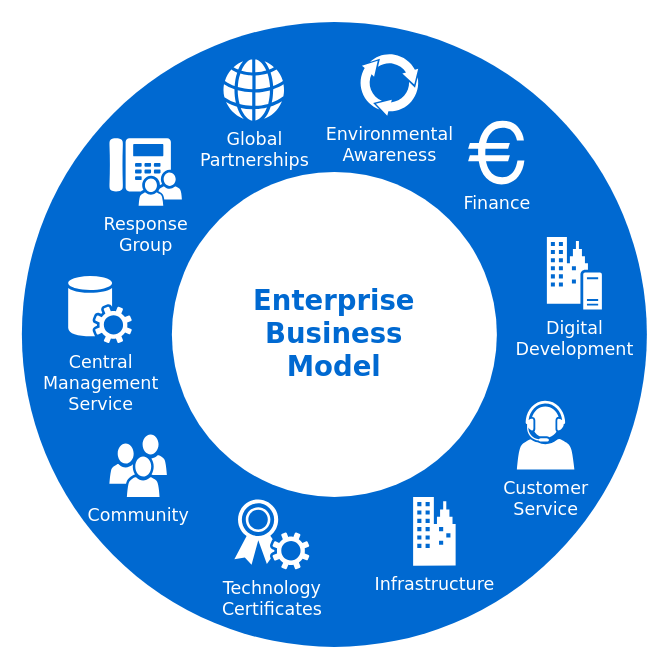
Above: Untitled Diagram.drawio in JennieZhu/TestHelloWorld (draw.io), before the change. Source tidied: cells renumbered, new cells numbered last; positions are measured from the earlier drawing's top-left corner, leaving out a move shared by most shapes. Both pictures are drawn from the tidied source at 125%, with x=0, y=0 at pixel (21, 21).
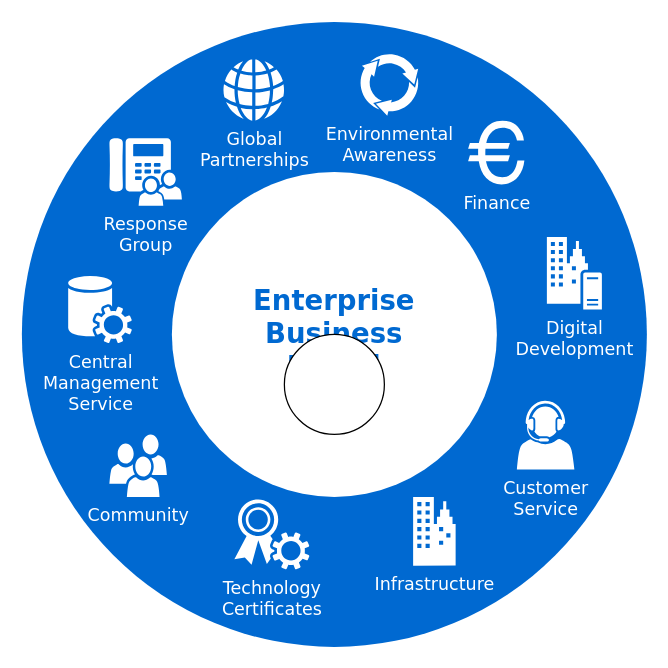
The same diagram, later.

The edit, as a diff of the source:
```diff
@@
 <mxGraphModel background="#ffffff">
   <root>
     <mxCell id="0" />
     <mxCell id="1" parent="0" />
     <mxCell id="2" style="ellipse;whiteSpace=wrap;html=1;rounded=0;shadow=0;comic=0;strokeWidth=1;fontFamily=Verdana;fontSize=14;strokeColor=none;fillColor=#0069D1;" parent="1" vertex="1">
       <mxGeometry width="500" height="500" as="geometry" />
     </mxCell>
     <mxCell id="3" value="Enterprise&lt;div&gt;Business&lt;/div&gt;&lt;div&gt;Model&lt;/div&gt;" style="ellipse;whiteSpace=wrap;html=1;rounded=0;shadow=0;comic=0;strokeWidth=1;fontFamily=Verdana;fontSize=22;strokeColor=none;fillColor=#ffffff;fontColor=#0069D1;fontStyle=1;" parent="1" vertex="1">
       <mxGeometry x="120" y="120" width="260" height="260" as="geometry" />
     </mxCell>
     <mxCell id="4" value="Community" style="shadow=0;dashed=0;html=1;strokeColor=none;fillColor=#ffffff;labelPosition=center;verticalLabelPosition=bottom;verticalAlign=top;shape=mxgraph.office.users.users;rounded=0;comic=0;fontFamily=Verdana;fontSize=14;fontColor=#FFFFFF;" parent="1" vertex="1">
       <mxGeometry x="70" y="330" width="46" height="50" as="geometry" />
     </mxCell>
     <mxCell id="5" value="Customer&lt;div&gt;Service&lt;/div&gt;" style="shadow=0;dashed=0;html=1;strokeColor=none;fillColor=#ffffff;labelPosition=center;verticalLabelPosition=bottom;verticalAlign=top;shape=mxgraph.office.users.call_center_agent;rounded=0;comic=0;fontFamily=Verdana;fontSize=14;fontColor=#FFFFFF;" parent="1" vertex="1">
       <mxGeometry x="396" y="303" width="46" height="55" as="geometry" />
     </mxCell>
     <mxCell id="6" value="Response&lt;div&gt;Group&lt;/div&gt;" style="shadow=0;dashed=0;html=1;strokeColor=none;fillColor=#ffffff;labelPosition=center;verticalLabelPosition=bottom;verticalAlign=top;shape=mxgraph.office.users.response_group;rounded=0;comic=0;fontFamily=Verdana;fontSize=14;fontColor=#FFFFFF;" parent="1" vertex="1">
       <mxGeometry x="70" y="93" width="58" height="54" as="geometry" />
     </mxCell>
     <mxCell id="7" value="Central&lt;div&gt;Management&lt;/div&gt;&lt;div&gt;Service&lt;/div&gt;" style="shadow=0;dashed=0;html=1;strokeColor=none;fillColor=#ffffff;labelPosition=center;verticalLabelPosition=bottom;verticalAlign=top;shape=mxgraph.office.services.central_management_service;rounded=0;comic=0;fontFamily=Verdana;fontSize=14;fontColor=#FFFFFF;" parent="1" vertex="1">
       <mxGeometry x="37" y="203" width="51" height="54" as="geometry" />
     </mxCell>
     <mxCell id="8" value="Digital&lt;div&gt;Development&lt;/div&gt;" style="shadow=0;dashed=0;html=1;strokeColor=none;fillColor=#ffffff;labelPosition=center;verticalLabelPosition=bottom;verticalAlign=top;shape=mxgraph.office.servers.on_premises_server;rounded=0;comic=0;fontFamily=Verdana;fontSize=14;fontColor=#FFFFFF;" parent="1" vertex="1">
       <mxGeometry x="420" y="172" width="44" height="58" as="geometry" />
     </mxCell>
     <mxCell id="9" value="Technology&lt;div&gt;Certificates&lt;/div&gt;" style="shadow=0;dashed=0;html=1;strokeColor=none;fillColor=#ffffff;labelPosition=center;verticalLabelPosition=bottom;verticalAlign=top;shape=mxgraph.office.security.token_service;rounded=0;comic=0;fontFamily=Verdana;fontSize=14;fontColor=#FFFFFF;" parent="1" vertex="1">
       <mxGeometry x="170" y="382" width="60" height="56" as="geometry" />
     </mxCell>
     <mxCell id="10" value="Infrastructure" style="shadow=0;dashed=0;html=1;strokeColor=none;fillColor=#ffffff;labelPosition=center;verticalLabelPosition=bottom;verticalAlign=top;shape=mxgraph.office.concepts.on_premises;rounded=0;comic=0;fontFamily=Verdana;fontSize=14;fontColor=#FFFFFF;" parent="1" vertex="1">
       <mxGeometry x="313" y="380" width="34" height="55" as="geometry" />
     </mxCell>
     <mxCell id="11" value="Global&lt;div&gt;Partnerships&lt;/div&gt;" style="shadow=0;dashed=0;html=1;strokeColor=none;fillColor=#ffffff;labelPosition=center;verticalLabelPosition=bottom;verticalAlign=top;shape=mxgraph.office.concepts.globe_internet;rounded=0;comic=0;fontFamily=Verdana;fontSize=14;fontColor=#FFFFFF;" parent="1" vertex="1">
       <mxGeometry x="161" y="30" width="49" height="49" as="geometry" />
     </mxCell>
     <mxCell id="12" value="Environmental&lt;div&gt;Awareness&lt;/div&gt;" style="shadow=0;dashed=0;html=1;strokeColor=none;shape=mxgraph.mscae.general.continuous_cycle;fillColor=#ffffff;rounded=0;comic=0;fontFamily=Verdana;fontSize=14;fontColor=#FFFFFF;verticalAlign=top;labelPosition=center;verticalLabelPosition=bottom;align=center;" parent="1" vertex="1">
       <mxGeometry x="270" y="25" width="48" height="50" as="geometry" />
     </mxCell>
     <mxCell id="13" value="Finance" style="shape=mxgraph.signs.travel.euro;html=1;fillColor=#ffffff;strokeColor=none;verticalLabelPosition=bottom;verticalAlign=top;align=center;rounded=0;shadow=0;dashed=0;comic=0;fontFamily=Verdana;fontSize=14;fontColor=#FFFFFF;" parent="1" vertex="1">
       <mxGeometry x="357" y="79" width="45" height="51" as="geometry" />
     </mxCell>
+    <mxCell id="14" style="ellipse;whiteSpace=wrap;html=1;" parent="1" vertex="1">
+      <mxGeometry x="210" y="250" width="80" height="80" as="geometry" />
+    </mxCell>
   </root>
 </mxGraphModel>
```
